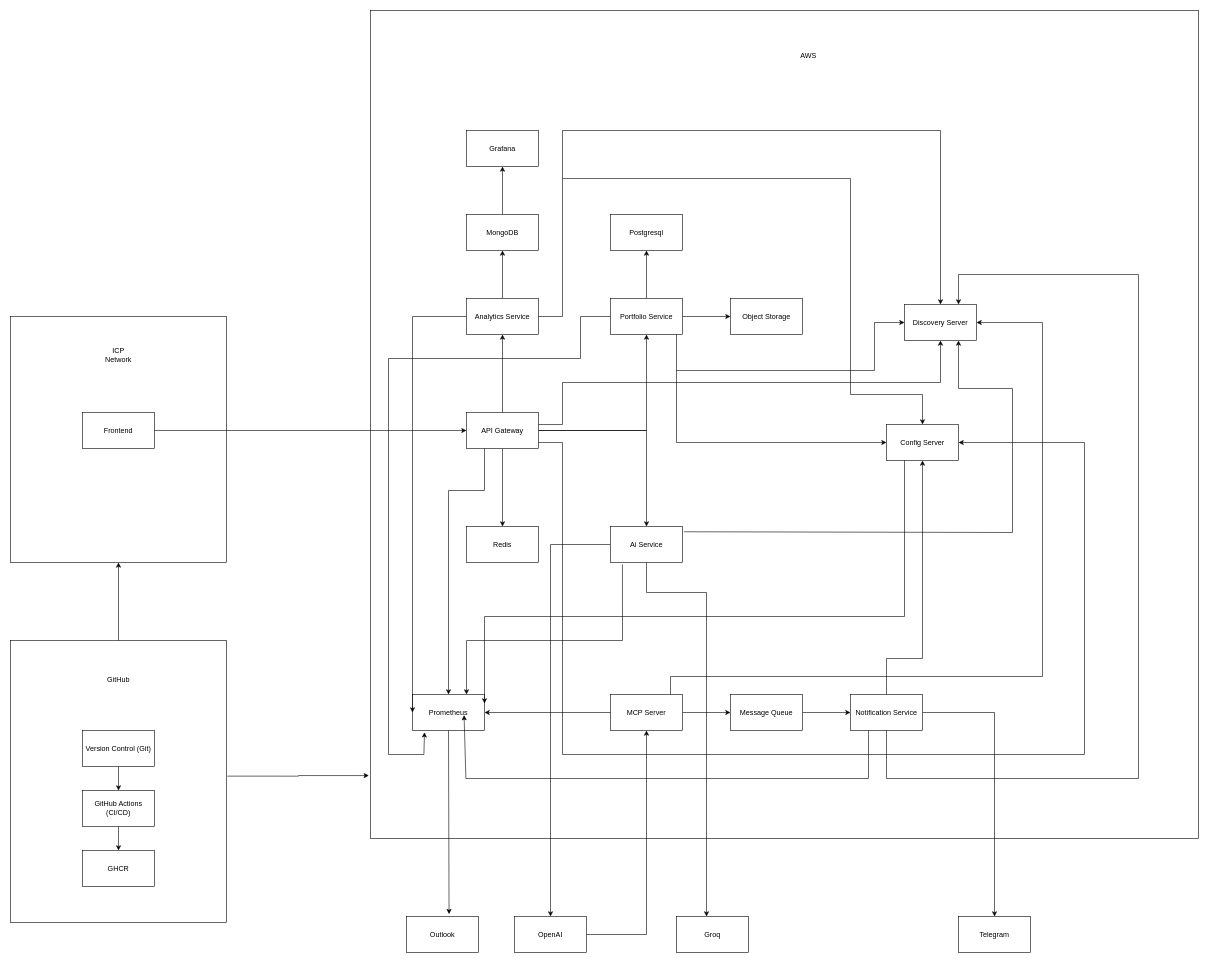
Above: docs/portfolio.drawio in gopikrishnanrmg/Portfolio (draw.io), before the change. Source tidied: cells renumbered, new cells numbered last; positions are measured from the earlier drawing's top-left corner, leaving out a move shared by most shapes. Both pictures are drawn from the tidied source at 60%, with x=0, y=0 at pixel (10, 10).
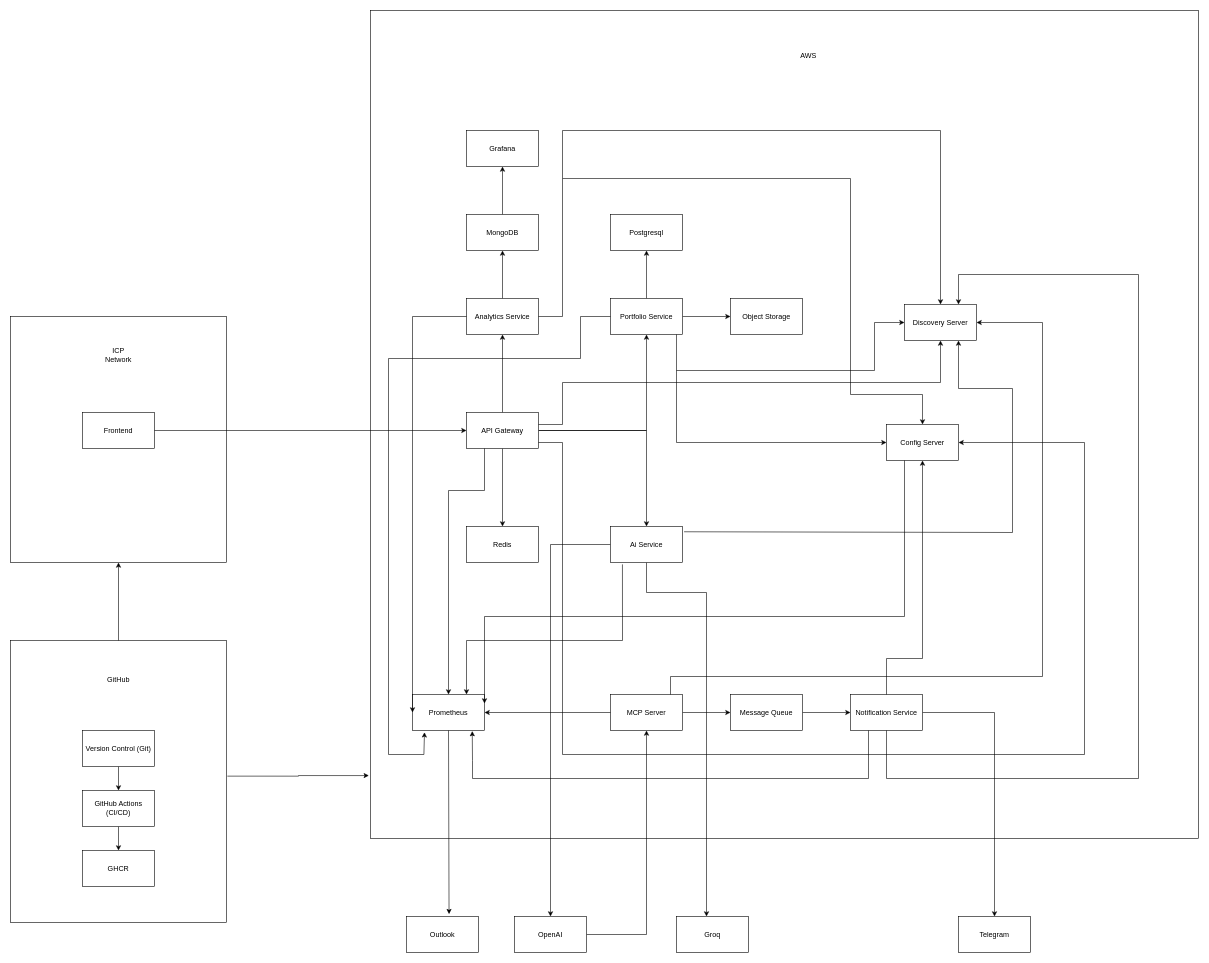
Above is the later version.

Unchanged cells that the change refers to:
```xml
<mxCell id="2" style="whiteSpace=wrap;html=1;" parent="1" vertex="1">
  <mxGeometry x="600" width="1380" height="1380" as="geometry" />
</mxCell>
<mxCell id="28" value="Notification Service" style="whiteSpace=wrap;html=1;rounded=0;fillColor=light-dark(#FFFFFF,#006633);" parent="1" vertex="1">
  <mxGeometry x="1400" y="1140" width="120" height="60" as="geometry" />
</mxCell>
<mxCell id="58" value="Prometheus" style="rounded=0;whiteSpace=wrap;html=1;fillColor=light-dark(#FFFFFF,#663300);" parent="1" vertex="1">
  <mxGeometry x="670" y="1140" width="120" height="60" as="geometry" />
</mxCell>
```

Diff of the diagram source:
```diff
@@
-    <mxCell id="62" style="endArrow=classic;html=1;rounded=0;exitX=0.25;exitY=1;exitDx=0;exitDy=0;entryX=0.113;entryY=0.851;entryDx=0;entryDy=0;entryPerimeter=0;" parent="1" edge="1" source="28" target="2">
+    <mxCell id="62" style="endArrow=classic;html=1;rounded=0;exitX=0.25;exitY=1;exitDx=0;exitDy=0;entryX=0.83;entryY=1.016;entryDx=0;entryDy=0;entryPerimeter=0;" parent="1" edge="1" source="28" target="58">
       <mxGeometry relative="1" as="geometry">
         <Array as="points">
           <mxPoint x="1430" y="1280" />
-          <mxPoint x="759" y="1280" />
+          <mxPoint x="770" y="1280" />
+          <mxPoint x="770" y="1250" />
         </Array>
       </mxGeometry>
     </mxCell>
```
